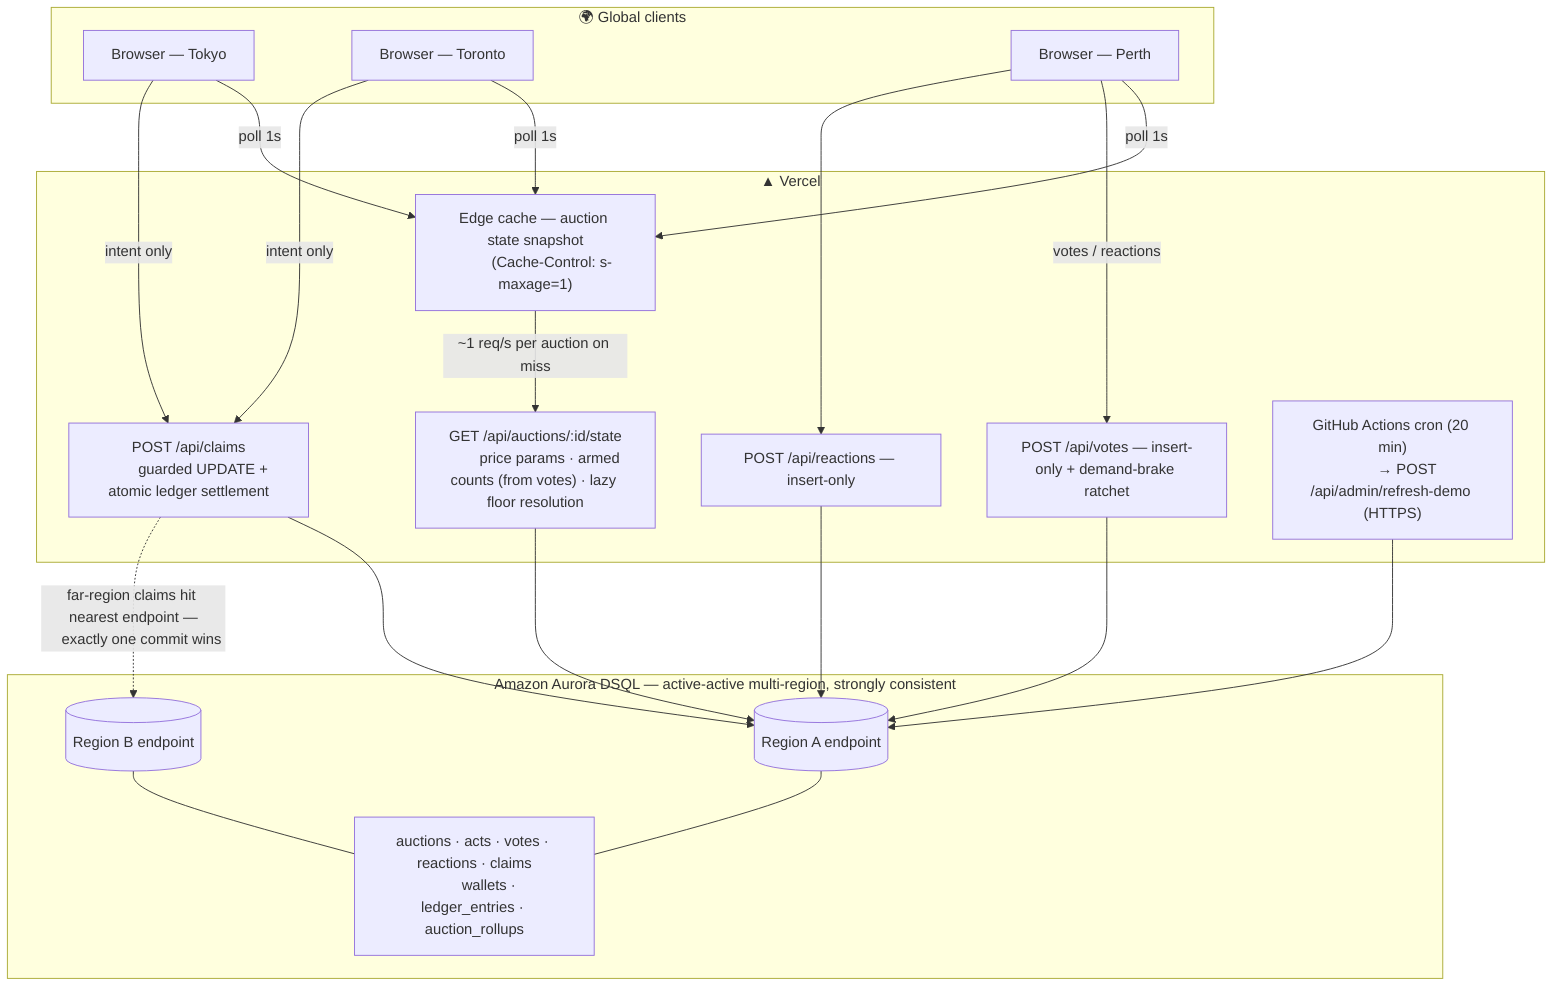
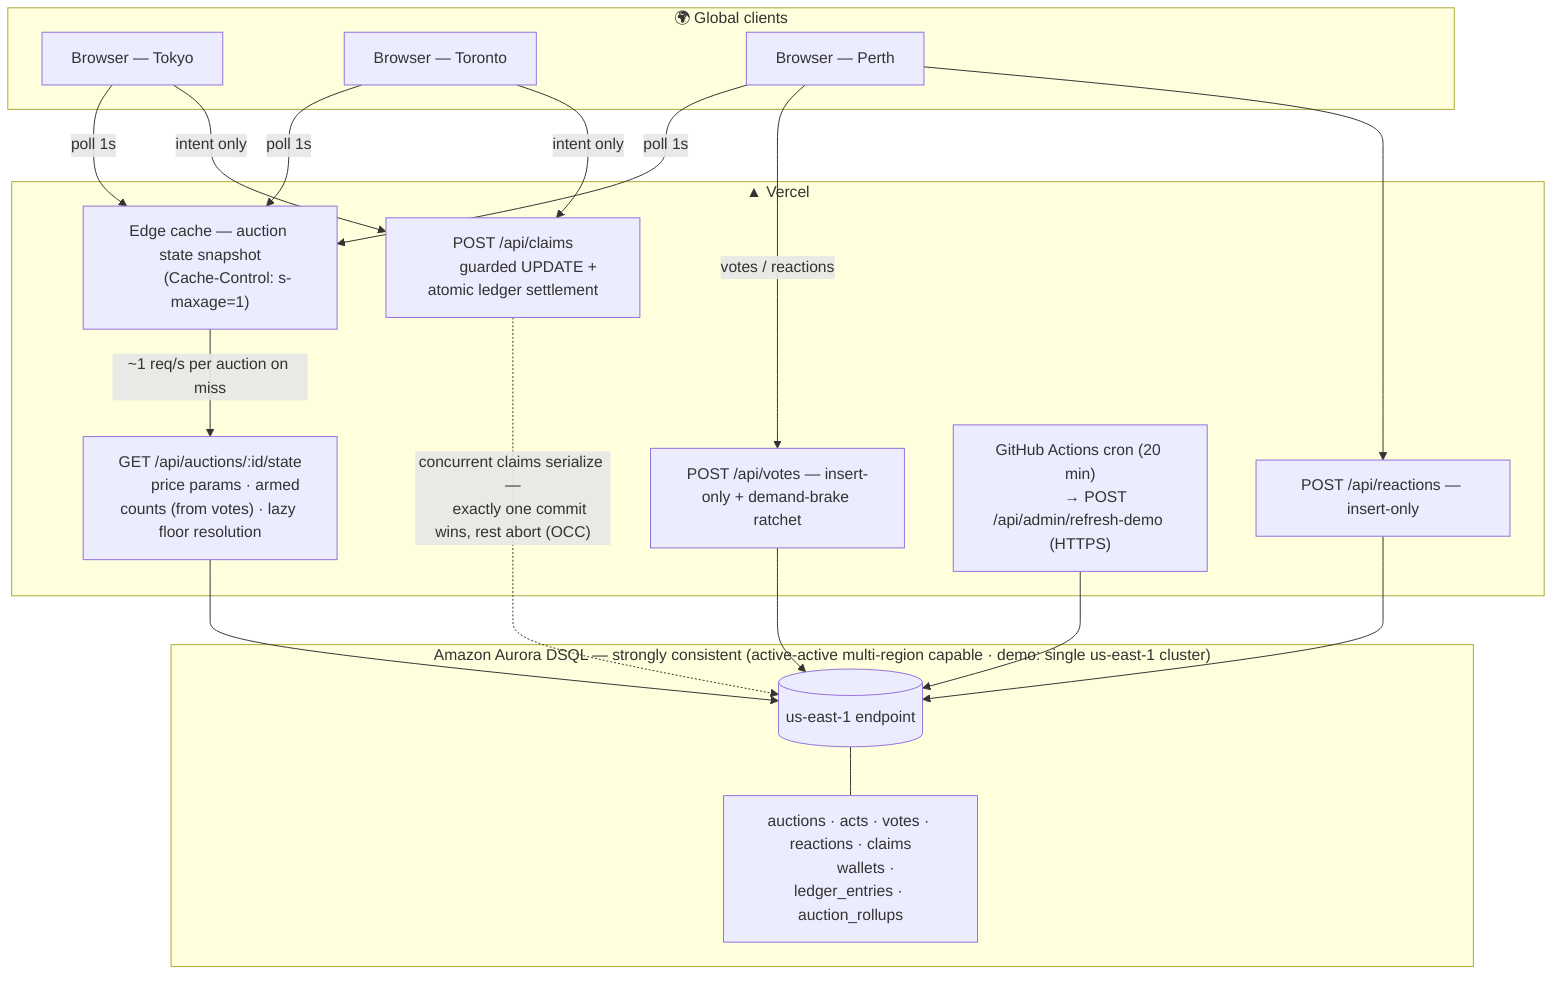
flowchart TB
    subgraph Clients["🌍 Global clients"]
        B1["Browser — Tokyo"]
        B2["Browser — Toronto"]
        B3["Browser — Perth"]
    end

    subgraph Vercel["▲ Vercel"]
        EDGE["Edge cache — auction state snapshot
        (Cache-Control: s-maxage=1)"]
        AGG["GET /api/auctions/:id/state
        price params · armed counts (from votes) · lazy floor resolution"]
        VOTE["POST /api/votes — insert-only + demand-brake ratchet"]
        REACT["POST /api/reactions — insert-only"]
        CLAIM["POST /api/claims
        guarded UPDATE + atomic ledger settlement"]
        REFRESH["GitHub Actions cron (20 min)
        → POST /api/admin/refresh-demo (HTTPS)"]
    end

-     subgraph DSQL["Amazon Aurora DSQL — active-active multi-region, strongly consistent"]
-         RA[("Region A endpoint")]
-         RB[("Region B endpoint")]
+     subgraph DSQL["Amazon Aurora DSQL — strongly consistent (active-active multi-region capable · demo: single us-east-1 cluster)"]
+         RA[("us-east-1 endpoint")]
        T["auctions · acts · votes · reactions · claims
        wallets · ledger_entries · auction_rollups"]
        RA --- T
-         RB --- T
    end

    B1 -->|"poll 1s"| EDGE
    B2 -->|"poll 1s"| EDGE
    B3 -->|"poll 1s"| EDGE
    EDGE -->|"~1 req/s per auction on miss"| AGG
    B1 -->|"intent only"| CLAIM
    B2 -->|"intent only"| CLAIM
    B3 -->|"votes / reactions"| VOTE
    B3 --> REACT
    AGG --> RA
    VOTE --> RA
    REACT --> RA
-     CLAIM --> RA
-     CLAIM -.->|"far-region claims hit nearest endpoint —
-     exactly one commit wins"| RB
+     CLAIM -.->|"concurrent claims serialize —
+     exactly one commit wins, rest abort (OCC)"| RA
    REFRESH --> RA
